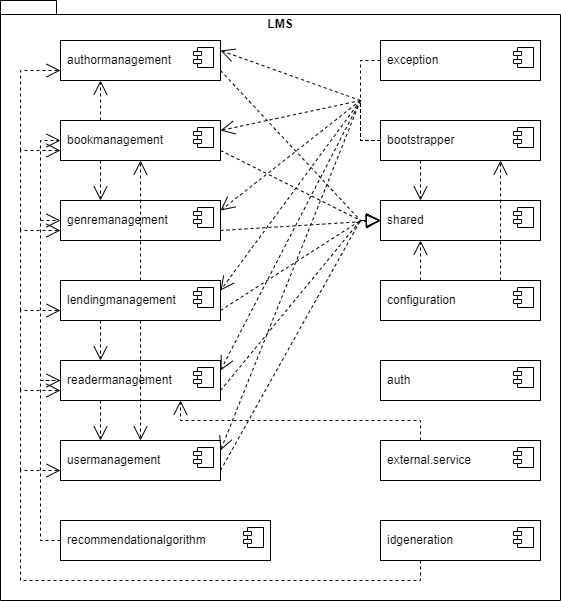
Earlier version of the draw.io export Docs/Design/4plus1Views/Level3/Lvl3_Implementation.png (1170623MarcoVerbruggen/LibraryManagementService_1170623_1201198). Source tidied: cells renumbered, new cells last; positions are measured from the earlier drawing's top-left corner, leaving out a move shared by most shapes.
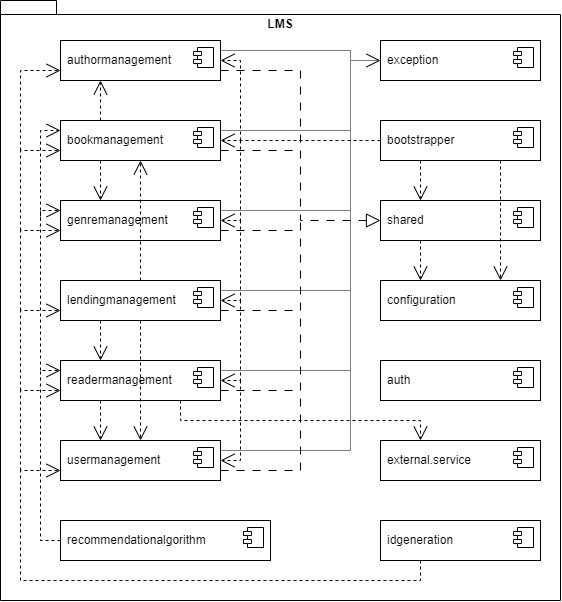
After the change.

Commit message:
docs: change System-to-be Design

altered design documentation for Level 3 Design Views

Resolves Issue #19

Diff of the diagram source:
```diff
@@ -101,65 +101,66 @@
         <mxPoint x="-27" y="7" as="offset" />
       </mxGeometry>
     </mxCell>
-    <mxCell id="27" style="endArrow=block;dashed=1;endFill=0;endSize=12;html=1;rounded=0;exitX=1;exitY=0.75;exitDx=0;exitDy=0;entryX=0;entryY=0.5;entryDx=0;entryDy=0;" parent="1" edge="1" source="3">
+    <mxCell id="27" style="endArrow=block;dashed=1;endFill=0;endSize=12;html=1;rounded=0;exitX=1;exitY=0.75;exitDx=0;exitDy=0;entryX=0;entryY=0.5;entryDx=0;entryDy=0;dashPattern=8 8;" parent="1" edge="1" source="3">
       <mxGeometry relative="1" as="geometry">
         <mxPoint x="380" y="220" as="targetPoint" />
         <Array as="points">
-          <mxPoint x="360" y="220" />
+          <mxPoint x="300" y="70" />
+          <mxPoint x="300" y="220" />
         </Array>
       </mxGeometry>
     </mxCell>
-    <mxCell id="28" style="endArrow=block;dashed=1;endFill=0;endSize=12;html=1;rounded=0;exitX=1;exitY=0.75;exitDx=0;exitDy=0;entryX=0;entryY=0.5;entryDx=0;entryDy=0;" parent="1" edge="1" source="5">
+    <mxCell id="28" style="endArrow=none;dashed=1;endFill=0;endSize=12;html=1;rounded=0;exitX=1;exitY=0.75;exitDx=0;exitDy=0;dashPattern=8 8;" parent="1" edge="1" source="5">
       <mxGeometry relative="1" as="geometry">
-        <mxPoint x="380" y="220" as="targetPoint" />
-        <Array as="points">
-          <mxPoint x="360" y="220" />
-        </Array>
+        <mxPoint x="300" y="150" as="targetPoint" />
       </mxGeometry>
     </mxCell>
-    <mxCell id="29" style="endArrow=block;dashed=1;endFill=0;endSize=12;html=1;rounded=0;exitX=1;exitY=0.75;exitDx=0;exitDy=0;entryX=0;entryY=0.5;entryDx=0;entryDy=0;" parent="1" edge="1" source="7">
+    <mxCell id="29" style="endArrow=none;dashed=1;endFill=0;endSize=12;html=1;rounded=0;exitX=1;exitY=0.75;exitDx=0;exitDy=0;dashPattern=8 8;" parent="1" edge="1" source="7">
       <mxGeometry relative="1" as="geometry">
-        <mxPoint x="380" y="220" as="targetPoint" />
+        <mxPoint x="300" y="220" as="targetPoint" />
+        <Array as="points">
+          <mxPoint x="300" y="230" />
+        </Array>
       </mxGeometry>
     </mxCell>
-    <mxCell id="30" style="endArrow=block;dashed=1;endFill=0;endSize=12;html=1;rounded=0;exitX=1;exitY=0.75;exitDx=0;exitDy=0;entryX=0;entryY=0.5;entryDx=0;entryDy=0;" parent="1" edge="1" source="9">
+    <mxCell id="30" style="endArrow=none;dashed=1;endFill=0;endSize=12;html=1;rounded=0;exitX=1;exitY=0.75;exitDx=0;exitDy=0;dashPattern=8 8;" parent="1" edge="1" source="9">
       <mxGeometry relative="1" as="geometry">
-        <mxPoint x="380" y="220" as="targetPoint" />
+        <mxPoint x="300" y="230" as="targetPoint" />
         <Array as="points">
-          <mxPoint x="360" y="220" />
+          <mxPoint x="300" y="310" />
         </Array>
       </mxGeometry>
     </mxCell>
-    <mxCell id="31" style="endArrow=block;dashed=1;endFill=0;endSize=12;html=1;rounded=0;exitX=1;exitY=0.75;exitDx=0;exitDy=0;entryX=0;entryY=0.5;entryDx=0;entryDy=0;" parent="1" edge="1" source="11">
+    <mxCell id="31" style="endArrow=none;dashed=1;endFill=0;endSize=12;html=1;rounded=0;exitX=1;exitY=0.75;exitDx=0;exitDy=0;dashPattern=8 8;" parent="1" edge="1" source="11">
       <mxGeometry relative="1" as="geometry">
-        <mxPoint x="380" y="220" as="targetPoint" />
+        <mxPoint x="300" y="310" as="targetPoint" />
         <Array as="points">
-          <mxPoint x="360" y="220" />
+          <mxPoint x="300" y="390" />
         </Array>
       </mxGeometry>
     </mxCell>
-    <mxCell id="32" style="endArrow=block;dashed=1;endFill=0;endSize=12;html=1;rounded=0;exitX=1;exitY=0.75;exitDx=0;exitDy=0;" parent="1" edge="1" source="13">
+    <mxCell id="32" style="endArrow=none;dashed=1;endFill=0;endSize=12;html=1;rounded=0;exitX=1;exitY=0.75;exitDx=0;exitDy=0;dashPattern=8 8;" parent="1" edge="1" source="13">
       <mxGeometry relative="1" as="geometry">
-        <mxPoint x="380" y="220" as="targetPoint" />
+        <mxPoint x="300" y="390" as="targetPoint" />
         <Array as="points">
-          <mxPoint x="360" y="220" />
+          <mxPoint x="300" y="470" />
         </Array>
       </mxGeometry>
     </mxCell>
-    <mxCell id="33" style="endArrow=open;endSize=12;dashed=1;html=1;rounded=0;exitX=0.25;exitY=0;exitDx=0;exitDy=0;entryX=0.25;entryY=1;entryDx=0;entryDy=0;" parent="1" edge="1" source="21" target="19">
+    <mxCell id="33" style="endArrow=open;endSize=12;dashed=1;html=1;rounded=0;exitX=0.25;exitY=1;exitDx=0;exitDy=0;entryX=0.25;entryY=0;entryDx=0;entryDy=0;" parent="1" edge="1" source="19" target="21">
       <mxGeometry relative="1" as="geometry" />
     </mxCell>
     <mxCell id="34" style="endArrow=open;endSize=12;dashed=1;html=1;rounded=0;exitX=0.25;exitY=1;exitDx=0;exitDy=0;entryX=0.25;entryY=0;entryDx=0;entryDy=0;" parent="1" edge="1" source="17" target="19">
       <mxGeometry relative="1" as="geometry" />
     </mxCell>
-    <mxCell id="35" style="endArrow=open;endSize=12;dashed=1;html=1;rounded=0;exitX=0.75;exitY=0;exitDx=0;exitDy=0;entryX=0.75;entryY=1;entryDx=0;entryDy=0;" parent="1" edge="1" source="21" target="17">
+    <mxCell id="35" style="endArrow=open;endSize=12;dashed=1;html=1;rounded=0;exitX=0.75;exitY=1;exitDx=0;exitDy=0;entryX=0.75;entryY=0;entryDx=0;entryDy=0;" parent="1" edge="1" source="17" target="21">
       <mxGeometry relative="1" as="geometry" />
     </mxCell>
-    <mxCell id="36" style="endArrow=open;endSize=12;dashed=1;html=1;rounded=0;exitX=0.25;exitY=0;exitDx=0;exitDy=0;entryX=0.75;entryY=1;entryDx=0;entryDy=0;" parent="1" edge="1" source="25" target="11">
+    <mxCell id="36" style="endArrow=open;endSize=12;dashed=1;html=1;rounded=0;exitX=0.75;exitY=1;exitDx=0;exitDy=0;entryX=0.25;entryY=0;entryDx=0;entryDy=0;" parent="1" edge="1" source="11" target="25">
       <mxGeometry relative="1" as="geometry">
         <Array as="points">
+          <mxPoint x="180" y="420" />
           <mxPoint x="420" y="420" />
-          <mxPoint x="180" y="420" />
         </Array>
       </mxGeometry>
     </mxCell>
@@ -171,67 +172,49 @@
         <mxPoint x="-27" y="7" as="offset" />
       </mxGeometry>
     </mxCell>
-    <mxCell id="39" style="endArrow=open;endSize=12;dashed=1;html=1;rounded=0;exitX=0;exitY=0.5;exitDx=0;exitDy=0;entryX=1;entryY=0.25;entryDx=0;entryDy=0;" parent="1" edge="1" source="17" target="5">
-      <mxGeometry relative="1" as="geometry">
-        <Array as="points">
-          <mxPoint x="360" y="140" />
-          <mxPoint x="360" y="100" />
-        </Array>
-      </mxGeometry>
+    <mxCell id="39" style="endArrow=open;endSize=12;dashed=1;html=1;rounded=0;exitX=0;exitY=0.5;exitDx=0;exitDy=0;entryX=1;entryY=0.5;entryDx=0;entryDy=0;" parent="1" edge="1" source="17" target="5">
+      <mxGeometry relative="1" as="geometry" />
     </mxCell>
-    <mxCell id="40" style="endArrow=open;endSize=12;dashed=1;html=1;rounded=0;exitX=0;exitY=0.5;exitDx=0;exitDy=0;entryX=1;entryY=0.25;entryDx=0;entryDy=0;" parent="1" edge="1" target="3">
+    <mxCell id="40" style="endArrow=open;endSize=12;dashed=1;html=1;rounded=0;entryX=1;entryY=0.5;entryDx=0;entryDy=0;" parent="1" edge="1" target="3">
       <mxGeometry relative="1" as="geometry">
-        <mxPoint x="380" y="140" as="sourcePoint" />
+        <mxPoint x="240" y="140" as="sourcePoint" />
         <Array as="points">
-          <mxPoint x="360" y="140" />
-          <mxPoint x="360" y="100" />
+          <mxPoint x="240" y="60" />
         </Array>
       </mxGeometry>
     </mxCell>
-    <mxCell id="41" style="endArrow=open;endSize=12;dashed=1;html=1;rounded=0;exitX=0;exitY=0.5;exitDx=0;exitDy=0;entryX=1;entryY=0.25;entryDx=0;entryDy=0;" parent="1" edge="1" target="7">
+    <mxCell id="41" style="endArrow=open;endSize=12;dashed=1;html=1;rounded=0;entryX=1;entryY=0.5;entryDx=0;entryDy=0;" parent="1" edge="1" target="7">
       <mxGeometry relative="1" as="geometry">
-        <mxPoint x="380" y="140" as="sourcePoint" />
+        <mxPoint x="240" y="140" as="sourcePoint" />
         <Array as="points">
-          <mxPoint x="360" y="140" />
-          <mxPoint x="360" y="100" />
+          <mxPoint x="240" y="220" />
         </Array>
       </mxGeometry>
     </mxCell>
-    <mxCell id="42" style="endArrow=open;endSize=12;dashed=1;html=1;rounded=0;exitX=0;exitY=0.5;exitDx=0;exitDy=0;entryX=1;entryY=0.25;entryDx=0;entryDy=0;" parent="1" edge="1" target="9">
+    <mxCell id="42" style="endArrow=open;endSize=12;dashed=1;html=1;rounded=0;entryX=1;entryY=0.5;entryDx=0;entryDy=0;" parent="1" edge="1" target="9">
       <mxGeometry relative="1" as="geometry">
-        <mxPoint x="380" y="140" as="sourcePoint" />
+        <mxPoint x="240" y="220" as="sourcePoint" />
         <Array as="points">
-          <mxPoint x="360" y="140" />
-          <mxPoint x="360" y="100" />
+          <mxPoint x="240" y="300" />
         </Array>
       </mxGeometry>
     </mxCell>
-    <mxCell id="43" style="endArrow=open;endSize=12;dashed=1;html=1;rounded=0;exitX=0;exitY=0.5;exitDx=0;exitDy=0;entryX=1;entryY=0.25;entryDx=0;entryDy=0;" parent="1" edge="1" target="11">
+    <mxCell id="43" style="endArrow=open;endSize=12;dashed=1;html=1;rounded=0;entryX=1;entryY=0.5;entryDx=0;entryDy=0;entryPerimeter=0;" parent="1" edge="1" target="11">
       <mxGeometry relative="1" as="geometry">
-        <mxPoint x="380" y="140" as="sourcePoint" />
+        <mxPoint x="240" y="300" as="sourcePoint" />
         <Array as="points">
-          <mxPoint x="360" y="140" />
-          <mxPoint x="360" y="100" />
+          <mxPoint x="240" y="380" />
         </Array>
       </mxGeometry>
     </mxCell>
-    <mxCell id="44" style="endArrow=open;endSize=12;dashed=1;html=1;rounded=0;exitX=0;exitY=0.5;exitDx=0;exitDy=0;entryX=1;entryY=0.25;entryDx=0;entryDy=0;" parent="1" edge="1" target="13">
+    <mxCell id="44" style="endArrow=open;endSize=12;dashed=1;html=1;rounded=0;entryX=1;entryY=0.5;entryDx=0;entryDy=0;" parent="1" edge="1" target="13">
       <mxGeometry relative="1" as="geometry">
-        <mxPoint x="380" y="140" as="sourcePoint" />
+        <mxPoint x="240" y="380" as="sourcePoint" />
         <Array as="points">
-          <mxPoint x="360" y="140" />
-          <mxPoint x="360" y="100" />
+          <mxPoint x="240" y="460" />
         </Array>
       </mxGeometry>
     </mxCell>
-    <mxCell id="45" style="endArrow=none;endSize=12;dashed=1;html=1;rounded=0;exitX=0;exitY=0.5;exitDx=0;exitDy=0;endFill=0;" parent="1" edge="1" source="23">
-      <mxGeometry relative="1" as="geometry">
-        <mxPoint x="360" y="100" as="targetPoint" />
-        <Array as="points">
-          <mxPoint x="360" y="60" />
-        </Array>
-      </mxGeometry>
-    </mxCell>
     <mxCell id="46" style="endArrow=open;endSize=12;dashed=1;html=1;rounded=0;exitX=0.25;exitY=0;exitDx=0;exitDy=0;entryX=0.25;entryY=1;entryDx=0;entryDy=0;" parent="1" edge="1" source="5" target="3">
       <mxGeometry relative="1" as="geometry" />
     </mxCell>
@@ -250,31 +233,29 @@
     <mxCell id="51" style="endArrow=open;endSize=12;dashed=1;html=1;rounded=0;exitX=0.5;exitY=1;exitDx=0;exitDy=0;entryX=0.5;entryY=0;entryDx=0;entryDy=0;" parent="1" edge="1" source="9" target="13">
       <mxGeometry relative="1" as="geometry" />
     </mxCell>
-    <mxCell id="52" style="endArrow=open;endSize=12;dashed=1;html=1;rounded=0;exitX=0;exitY=0.5;exitDx=0;exitDy=0;entryX=0;entryY=0.5;entryDx=0;entryDy=0;" parent="1" edge="1" source="37" target="11">
+    <mxCell id="52" style="endArrow=open;endSize=12;dashed=1;html=1;rounded=0;exitX=0;exitY=0.5;exitDx=0;exitDy=0;entryX=0;entryY=0.25;entryDx=0;entryDy=0;" parent="1" edge="1" source="37" target="11">
       <mxGeometry relative="1" as="geometry">
         <Array as="points">
           <mxPoint x="40" y="540" />
-          <mxPoint x="40" y="380" />
+          <mxPoint x="40" y="370" />
         </Array>
       </mxGeometry>
     </mxCell>
-    <mxCell id="53" style="endArrow=open;endSize=12;dashed=1;html=1;rounded=0;exitX=0;exitY=0.5;exitDx=0;exitDy=0;entryX=0;entryY=0.5;entryDx=0;entryDy=0;" parent="1" edge="1">
+    <mxCell id="53" style="endArrow=open;endSize=12;dashed=1;html=1;rounded=0;entryX=0;entryY=0.25;entryDx=0;entryDy=0;" parent="1" edge="1" target="7">
       <mxGeometry relative="1" as="geometry">
-        <mxPoint x="60" y="380" as="sourcePoint" />
-        <mxPoint x="60" y="220" as="targetPoint" />
+        <mxPoint x="40" y="370" as="sourcePoint" />
         <Array as="points">
-          <mxPoint x="40" y="380" />
-          <mxPoint x="40" y="220" />
+          <mxPoint x="40" y="210" />
         </Array>
       </mxGeometry>
     </mxCell>
-    <mxCell id="54" style="endArrow=open;endSize=12;dashed=1;html=1;rounded=0;entryX=0;entryY=0.5;entryDx=0;entryDy=0;" parent="1" edge="1">
+    <mxCell id="54" style="endArrow=open;endSize=12;dashed=1;html=1;rounded=0;entryX=0;entryY=0.25;entryDx=0;entryDy=0;" parent="1" edge="1" target="5">
       <mxGeometry relative="1" as="geometry">
         <mxPoint x="40" y="220" as="sourcePoint" />
-        <mxPoint x="60" y="140" as="targetPoint" />
         <Array as="points">
+          <mxPoint x="40" y="210" />
           <mxPoint x="40" y="220" />
-          <mxPoint x="40" y="140" />
+          <mxPoint x="40" y="130" />
         </Array>
       </mxGeometry>
     </mxCell>
@@ -339,5 +320,59 @@
         </Array>
       </mxGeometry>
     </mxCell>
+    <mxCell id="63" style="endArrow=open;endSize=12;dashed=1;html=1;rounded=0;exitX=0;exitY=0.5;exitDx=0;exitDy=0;entryX=1;entryY=0.25;entryDx=0;entryDy=0;endFill=0;dashPattern=1 1;" parent="1" edge="1">
+      <mxGeometry relative="1" as="geometry">
+        <mxPoint x="220" y="50" as="sourcePoint" />
+        <mxPoint x="380" y="60" as="targetPoint" />
+        <Array as="points">
+          <mxPoint x="350" y="50" />
+          <mxPoint x="350" y="60" />
+        </Array>
+      </mxGeometry>
+    </mxCell>
+    <mxCell id="64" style="endArrow=none;endSize=12;dashed=1;html=1;rounded=0;endFill=0;exitX=1;exitY=0.25;exitDx=0;exitDy=0;dashPattern=1 1;" parent="1" edge="1" source="13">
+      <mxGeometry relative="1" as="geometry">
+        <mxPoint x="350" y="370" as="targetPoint" />
+        <Array as="points">
+          <mxPoint x="350" y="450" />
+        </Array>
+      </mxGeometry>
+    </mxCell>
+    <mxCell id="65" style="endArrow=none;endSize=12;dashed=1;html=1;rounded=0;endFill=0;dashPattern=1 1;" parent="1" edge="1">
+      <mxGeometry relative="1" as="geometry">
+        <mxPoint x="220" y="130" as="sourcePoint" />
+        <mxPoint x="350" y="60" as="targetPoint" />
+        <Array as="points">
+          <mxPoint x="350" y="130" />
+        </Array>
+      </mxGeometry>
+    </mxCell>
+    <mxCell id="66" style="endArrow=none;endSize=12;dashed=1;html=1;rounded=0;endFill=0;dashPattern=1 1;" parent="1" edge="1">
+      <mxGeometry relative="1" as="geometry">
+        <mxPoint x="220" y="210" as="sourcePoint" />
+        <mxPoint x="350" y="130" as="targetPoint" />
+        <Array as="points">
+          <mxPoint x="350" y="210" />
+        </Array>
+      </mxGeometry>
+    </mxCell>
+    <mxCell id="67" style="endArrow=none;endSize=12;dashed=1;html=1;rounded=0;endFill=0;dashPattern=1 1;" parent="1" edge="1">
+      <mxGeometry relative="1" as="geometry">
+        <mxPoint x="220" y="290" as="sourcePoint" />
+        <mxPoint x="350" y="210" as="targetPoint" />
+        <Array as="points">
+          <mxPoint x="350" y="290" />
+        </Array>
+      </mxGeometry>
+    </mxCell>
+    <mxCell id="68" style="endArrow=none;endSize=12;dashed=1;html=1;rounded=0;endFill=0;dashPattern=1 1;" parent="1" edge="1">
+      <mxGeometry relative="1" as="geometry">
+        <mxPoint x="220" y="370" as="sourcePoint" />
+        <mxPoint x="350" y="290" as="targetPoint" />
+        <Array as="points">
+          <mxPoint x="350" y="370" />
+        </Array>
+      </mxGeometry>
+    </mxCell>
   </root>
 </mxGraphModel>
```
